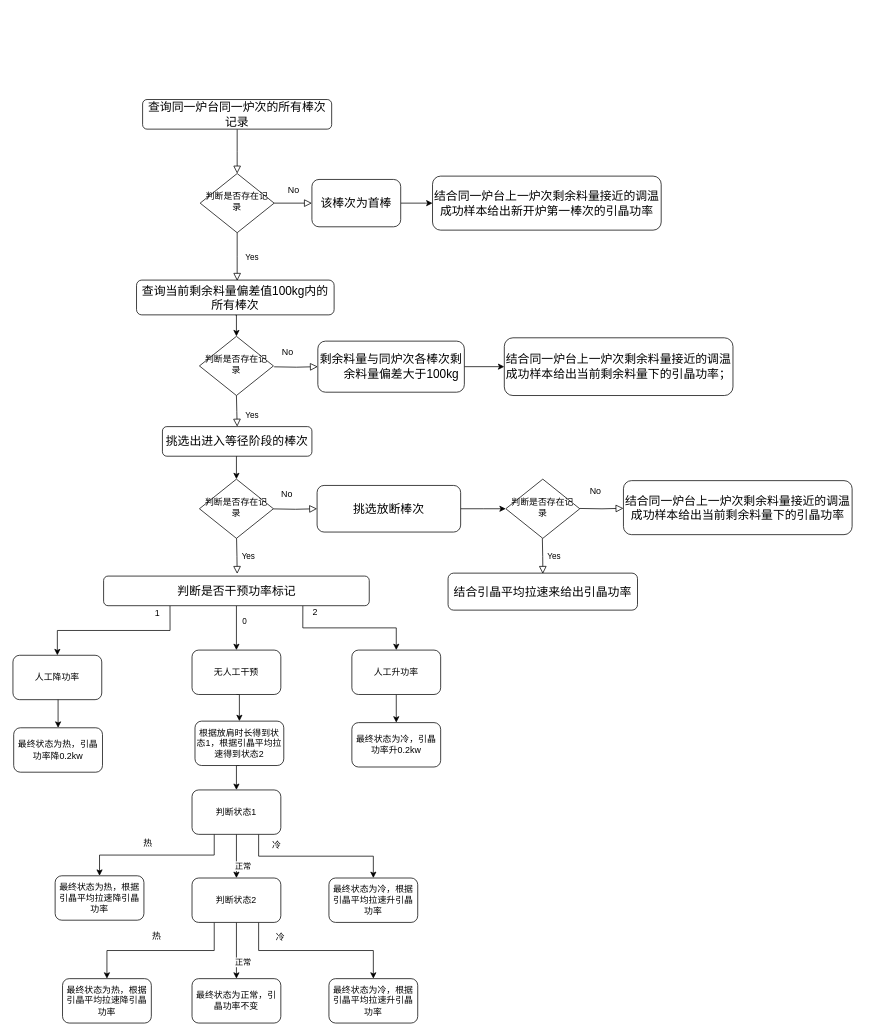
ykchasingwind/2019iFLYTEK_MachineryLife_Baseline keeps this draw.io diagram as 调温结合上一棒次引晶功率的业务规则流程图（更新）.drawio. Above is the earlier version. Source tidied: cells renumbered, new cells numbered last; positions are measured from the earlier drawing's top-left corner, leaving out a move shared by most shapes. Both pictures are drawn from the tidied source at 74%, with x=0, y=0 at pixel (13, 99).
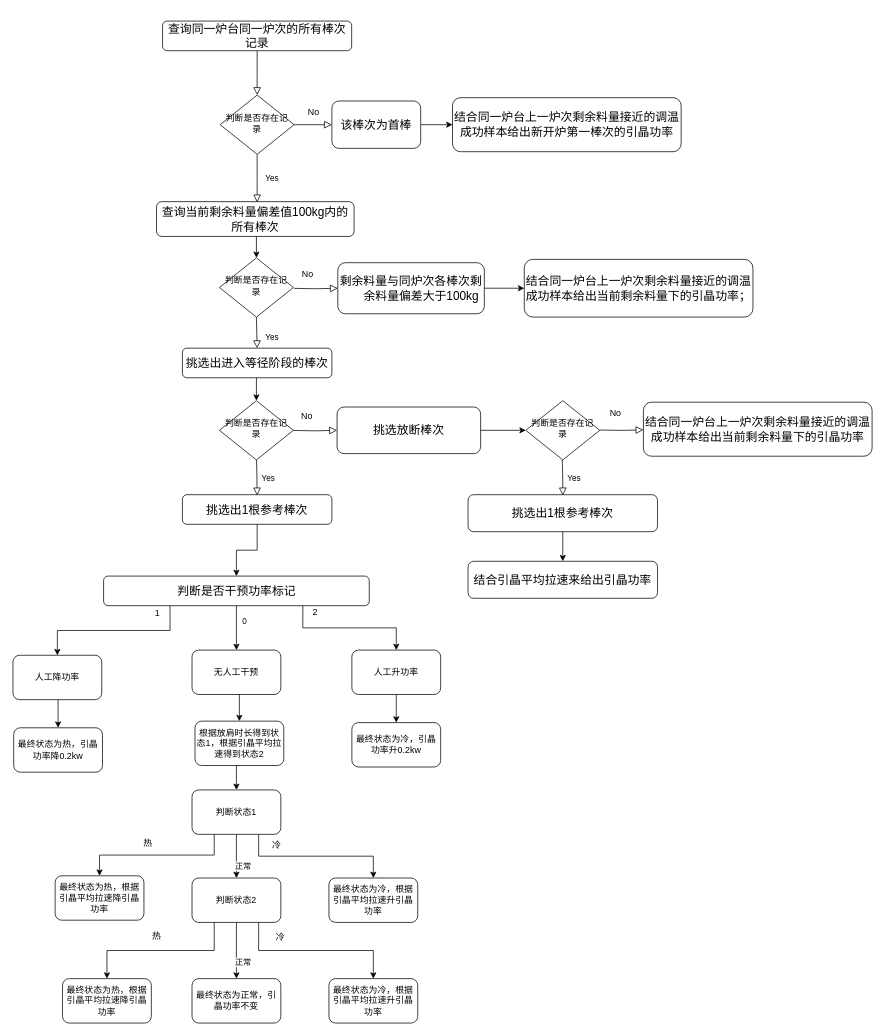
The same diagram, later.

Commit message (it also covers changes not shown here):
更新调温结合上一棒次引晶功率的业务规则流程图（更新）.drawio

The change refers to these unchanged cells:
```xml
<mxCell id="31" value="&lt;p class=&quot;MsoNormal&quot;&gt;&lt;span style=&quot;font-family: 宋体; font-size: 12pt;&quot;&gt;判断是否干预功率标记&lt;/span&gt;&lt;/p&gt;" style="rounded=1;whiteSpace=wrap;html=1;fontSize=12;glass=0;strokeWidth=1;shadow=0;" parent="1" vertex="1">
  <mxGeometry x="122.5" y="644" width="359" height="40" as="geometry" />
</mxCell>
```

Change to the diagram source:
```diff
@@
     <mxCell id="3" value="&lt;p class=&quot;MsoNormal&quot;&gt;&lt;span style=&quot;font-family: 宋体; font-size: 12pt;&quot;&gt;查询同一炉台同一炉次的所有棒次记录&lt;/span&gt;&lt;/p&gt;" style="rounded=1;whiteSpace=wrap;html=1;fontSize=12;glass=0;strokeWidth=1;shadow=0;" parent="1" vertex="1">
-      <mxGeometry x="175.2" width="255.5" height="40" as="geometry" />
+      <mxGeometry x="202.2" y="-106" width="255.5" height="40" as="geometry" />
     </mxCell>
     <mxCell id="4" value="Yes" style="rounded=0;html=1;jettySize=auto;fontSize=11;endArrow=block;endFill=0;endSize=8;strokeWidth=1;shadow=0;labelBackgroundColor=none;edgeStyle=orthogonalEdgeStyle;" parent="1" edge="1" source="5">
       <mxGeometry y="20" relative="1" as="geometry">
-        <mxPoint x="303" y="245" as="targetPoint" />
+        <mxPoint x="330" y="139" as="targetPoint" />
       </mxGeometry>
     </mxCell>
     <mxCell id="5" value="判断是否存在记录" style="rhombus;whiteSpace=wrap;html=1;shadow=0;fontFamily=Helvetica;fontSize=12;align=center;strokeWidth=1;spacing=6;spacingTop=-4;" parent="1" vertex="1">
-      <mxGeometry x="253" y="100" width="100" height="80" as="geometry" />
+      <mxGeometry x="280" y="-6" width="100" height="80" as="geometry" />
     </mxCell>
     <mxCell id="6" value="Yes" style="rounded=0;html=1;jettySize=auto;fontSize=11;endArrow=block;endFill=0;endSize=8;strokeWidth=1;shadow=0;labelBackgroundColor=none;edgeStyle=orthogonalEdgeStyle;" parent="1" edge="1" target="8">
       <mxGeometry x="0.33" y="20" relative="1" as="geometry">
-        <mxPoint x="302" y="400" as="sourcePoint" />
+        <mxPoint x="329" y="294" as="sourcePoint" />
       </mxGeometry>
     </mxCell>
@@
     <mxCell id="8" value="&lt;p class=&quot;MsoNormal&quot;&gt;&lt;span style=&quot;font-family: 宋体; font-size: 12pt;&quot;&gt;挑选出进入等径阶段的棒次&lt;/span&gt;&lt;/p&gt;" style="rounded=1;whiteSpace=wrap;html=1;fontSize=12;glass=0;strokeWidth=1;shadow=0;" parent="1" vertex="1">
-      <mxGeometry x="202" y="442" width="202" height="40" as="geometry" />
+      <mxGeometry x="229" y="336" width="202" height="40" as="geometry" />
     </mxCell>
@@
     <mxCell id="10" value="&lt;p style=&quot;&quot; class=&quot;MsoNormal&quot;&gt;&lt;span style=&quot;font-family: 宋体; font-size: 12pt;&quot;&gt;结合同一炉台上一炉次剩余料量接近的调温成功样本给出新开炉第一棒次的引晶功率&lt;/span&gt;&lt;span style=&quot;font-family: 宋体; font-size: 12pt;&quot;&gt;&lt;/span&gt;&lt;/p&gt;" style="rounded=1;whiteSpace=wrap;html=1;fontSize=12;glass=0;strokeWidth=1;shadow=0;" parent="1" vertex="1">
-      <mxGeometry x="567" y="103.5" width="309" height="73" as="geometry" />
+      <mxGeometry x="594" y="-2.5" width="309" height="73" as="geometry" />
     </mxCell>
@@
     <mxCell id="12" value="&lt;span style=&quot;font-family: 宋体; font-size: 16px;&quot;&gt;该棒次为首棒&lt;/span&gt;" style="rounded=1;whiteSpace=wrap;html=1;fontSize=12;glass=0;strokeWidth=1;shadow=0;" parent="1" vertex="1">
-      <mxGeometry x="404" y="108" width="120" height="64" as="geometry" />
+      <mxGeometry x="431" y="2" width="120" height="64" as="geometry" />
     </mxCell>
     <mxCell id="13" value="No" style="text;html=1;align=center;verticalAlign=middle;strokeColor=none;fillColor=none;" parent="1" vertex="1">
-      <mxGeometry x="362" y="110" width="33" height="26" as="geometry" />
+      <mxGeometry x="389" y="4" width="33" height="26" as="geometry" />
     </mxCell>
@@
     <mxCell id="15" value="&lt;span style=&quot;text-align: left; font-family: 宋体;&quot;&gt;&lt;font style=&quot;font-size: 16px;&quot; face=&quot;宋体&quot;&gt;查询当前剩余料量偏差值100kg内的所有棒次&lt;/font&gt;&lt;/span&gt;" style="rounded=1;whiteSpace=wrap;html=1;fontSize=12;glass=0;strokeWidth=1;shadow=0;" parent="1" vertex="1">
-      <mxGeometry x="167" y="244" width="267" height="47" as="geometry" />
+      <mxGeometry x="194" y="138" width="267" height="47" as="geometry" />
     </mxCell>
     <mxCell id="16" value="判断是否存在记录" style="rhombus;whiteSpace=wrap;html=1;shadow=0;fontFamily=Helvetica;fontSize=12;align=center;strokeWidth=1;spacing=6;spacingTop=-4;" parent="1" vertex="1">
-      <mxGeometry x="252" y="320" width="100" height="80" as="geometry" />
+      <mxGeometry x="279" y="214" width="100" height="80" as="geometry" />
     </mxCell>
     <mxCell id="17" style="edgeStyle=orthogonalEdgeStyle;rounded=0;html=1;jettySize=auto;fontSize=11;endArrow=block;endFill=0;endSize=8;strokeWidth=1;shadow=0;labelBackgroundColor=none;" parent="1" edge="1" target="19">
       <mxGeometry x="-0.46" y="-4" relative="1" as="geometry">
-        <mxPoint x="353" y="361.2" as="sourcePoint" />
+        <mxPoint x="380" y="255.2" as="sourcePoint" />
       </mxGeometry>
     </mxCell>
@@
     <mxCell id="19" value="&lt;p style=&quot;margin-left: 21pt; text-indent: -21pt;&quot; class=&quot;MsoNormal&quot;&gt;&lt;span style=&quot;font-family: 宋体; font-size: 12pt;&quot;&gt;&lt;font face=&quot;宋体&quot;&gt;剩余料量与同炉次各棒次剩余料量偏差大于100kg&lt;/font&gt;&lt;/span&gt;&lt;span style=&quot;font-family: 宋体; font-size: 12pt;&quot;&gt;&lt;/span&gt;&lt;/p&gt;" style="rounded=1;whiteSpace=wrap;html=1;fontSize=12;glass=0;strokeWidth=1;shadow=0;" parent="1" vertex="1">
-      <mxGeometry x="412" y="326.5" width="198" height="69" as="geometry" />
+      <mxGeometry x="439" y="220.5" width="198" height="69" as="geometry" />
     </mxCell>
     <mxCell id="20" value="&lt;p class=&quot;MsoNormal&quot;&gt;&lt;span style=&quot;font-family: 宋体; font-size: 12pt;&quot;&gt;结合同一炉台上一炉次剩余料量接近的调温成功样本给出当前剩余料量下的引晶功率；&lt;/span&gt;&lt;/p&gt;" style="rounded=1;whiteSpace=wrap;html=1;fontSize=12;glass=0;strokeWidth=1;shadow=0;" parent="1" vertex="1">
-      <mxGeometry x="664" y="322" width="309" height="78" as="geometry" />
+      <mxGeometry x="691" y="216" width="309" height="78" as="geometry" />
     </mxCell>
     <mxCell id="21" value="No" style="text;html=1;align=center;verticalAlign=middle;strokeColor=none;fillColor=none;" parent="1" vertex="1">
-      <mxGeometry x="354" y="329" width="33" height="26" as="geometry" />
+      <mxGeometry x="381" y="223" width="33" height="26" as="geometry" />
     </mxCell>
     <mxCell id="22" value="判断是否存在记录" style="rhombus;whiteSpace=wrap;html=1;shadow=0;fontFamily=Helvetica;fontSize=12;align=center;strokeWidth=1;spacing=6;spacingTop=-4;" parent="1" vertex="1">
-      <mxGeometry x="252" y="513" width="100" height="80" as="geometry" />
+      <mxGeometry x="279" y="407" width="100" height="80" as="geometry" />
     </mxCell>
     <mxCell id="23" style="edgeStyle=orthogonalEdgeStyle;rounded=0;html=1;jettySize=auto;fontSize=11;endArrow=block;endFill=0;endSize=8;strokeWidth=1;shadow=0;labelBackgroundColor=none;" parent="1" edge="1" target="25">
       <mxGeometry x="-0.46" y="-4" relative="1" as="geometry">
-        <mxPoint x="352" y="553.2" as="sourcePoint" />
+        <mxPoint x="379" y="447.2" as="sourcePoint" />
       </mxGeometry>
     </mxCell>
     <mxCell id="24" style="edgeStyle=orthogonalEdgeStyle;rounded=0;jettySize=auto;html=1;exitX=1;exitY=0.5;exitDx=0;exitDy=0;" parent="1" edge="1" source="25">
       <mxGeometry relative="1" as="geometry">
-        <mxPoint x="666" y="553" as="targetPoint" />
+        <mxPoint x="693" y="447" as="targetPoint" />
       </mxGeometry>
     </mxCell>
     <mxCell id="25" value="&lt;span style=&quot;font-family: 宋体; font-size: 16px;&quot;&gt;挑选放断棒次&lt;/span&gt;" style="rounded=1;whiteSpace=wrap;html=1;fontSize=12;glass=0;strokeWidth=1;shadow=0;" parent="1" vertex="1">
-      <mxGeometry x="411" y="521.5" width="194" height="63" as="geometry" />
+      <mxGeometry x="438" y="415.5" width="194" height="63" as="geometry" />
     </mxCell>
     <mxCell id="26" value="No" style="text;html=1;align=center;verticalAlign=middle;strokeColor=none;fillColor=none;" parent="1" vertex="1">
-      <mxGeometry x="353" y="521" width="33" height="26" as="geometry" />
+      <mxGeometry x="380" y="415" width="33" height="26" as="geometry" />
     </mxCell>
@@
     <mxCell id="32" value="Yes" style="rounded=0;html=1;jettySize=auto;orthogonalLoop=1;fontSize=11;endArrow=block;endFill=0;endSize=8;strokeWidth=1;shadow=0;labelBackgroundColor=none;edgeStyle=orthogonalEdgeStyle;" parent="1" edge="1">
       <mxGeometry x="0.03" y="15" relative="1" as="geometry">
-        <mxPoint x="302.2" y="593" as="sourcePoint" />
-        <mxPoint x="303" y="641" as="targetPoint" />
+        <mxPoint x="329.2" y="487" as="sourcePoint" />
+        <mxPoint x="330" y="535" as="targetPoint" />
         <mxPoint x="-1" as="offset" />
       </mxGeometry>
     </mxCell>
@@
+    <mxCell id="70" style="edgeStyle=orthogonalEdgeStyle;rounded=0;jettySize=auto;html=1;exitX=0.5;exitY=1;exitDx=0;exitDy=0;entryX=0.5;entryY=0;entryDx=0;entryDy=0;" parent="1" edge="1" source="64" target="73">
+      <mxGeometry relative="1" as="geometry" />
+    </mxCell>
-    <mxCell id="64" value="&lt;p style=&quot;mso-pagination:widow-orphan;text-align:left;&quot; class=&quot;MsoNormal&quot;&gt;&lt;span style=&quot;font-family: 宋体; font-size: 12pt;&quot;&gt;结合引晶平均拉速来给出&lt;/span&gt;&lt;span style=&quot;font-family: 宋体; font-size: 12pt;&quot;&gt;引晶功率&lt;/span&gt;&lt;span style=&quot;font-family: 宋体; font-size: 12pt;&quot;&gt;&lt;/span&gt;&lt;/p&gt;" style="rounded=1;whiteSpace=wrap;html=1;fontSize=12;glass=0;strokeWidth=1;shadow=0;" parent="1" vertex="1">
-      <mxGeometry x="588" y="640" width="256" height="50" as="geometry" />
+    <mxCell id="64" value="&lt;p style=&quot;mso-pagination:widow-orphan;text-align:left;&quot; class=&quot;MsoNormal&quot;&gt;&lt;span style=&quot;font-family: 宋体; font-size: 16px; text-align: center;&quot;&gt;挑选出1根参考棒次&lt;/span&gt;&lt;br&gt;&lt;/p&gt;" style="rounded=1;whiteSpace=wrap;html=1;fontSize=12;glass=0;strokeWidth=1;shadow=0;" parent="1" vertex="1">
+      <mxGeometry x="615" y="534" width="256" height="50" as="geometry" />
     </mxCell>
     <mxCell id="65" value="判断是否存在记录" style="rhombus;whiteSpace=wrap;html=1;shadow=0;fontFamily=Helvetica;fontSize=12;align=center;strokeWidth=1;spacing=6;spacingTop=-4;" parent="1" vertex="1">
-      <mxGeometry x="666" y="513" width="100" height="80" as="geometry" />
+      <mxGeometry x="693" y="407" width="100" height="80" as="geometry" />
     </mxCell>
     <mxCell id="66" style="edgeStyle=orthogonalEdgeStyle;rounded=0;html=1;jettySize=auto;orthogonalLoop=1;fontSize=11;endArrow=block;endFill=0;endSize=8;strokeWidth=1;shadow=0;labelBackgroundColor=none;" parent="1" edge="1">
       <mxGeometry x="-0.46" y="-4" relative="1" as="geometry">
-        <mxPoint x="766" y="552.6" as="sourcePoint" />
-        <mxPoint x="825" y="552.4" as="targetPoint" />
+        <mxPoint x="793" y="446.6" as="sourcePoint" />
+        <mxPoint x="852" y="446.4" as="targetPoint" />
       </mxGeometry>
     </mxCell>
     <mxCell id="67" value="Yes" style="rounded=0;html=1;jettySize=auto;orthogonalLoop=1;fontSize=11;endArrow=block;endFill=0;endSize=8;strokeWidth=1;shadow=0;labelBackgroundColor=none;edgeStyle=orthogonalEdgeStyle;" parent="1" edge="1">
       <mxGeometry x="0.03" y="15" relative="1" as="geometry">
-        <mxPoint x="715.4" y="593" as="sourcePoint" />
-        <mxPoint x="716.1" y="641" as="targetPoint" />
+        <mxPoint x="742.4" y="487" as="sourcePoint" />
+        <mxPoint x="743.1" y="535" as="targetPoint" />
         <mxPoint x="-1" as="offset" />
       </mxGeometry>
     </mxCell>
     <mxCell id="68" value="No" style="text;html=1;align=center;verticalAlign=middle;strokeColor=none;fillColor=none;" parent="1" vertex="1">
-      <mxGeometry x="770" y="517" width="33" height="26" as="geometry" />
+      <mxGeometry x="797" y="411" width="33" height="26" as="geometry" />
     </mxCell>
     <mxCell id="69" value="&lt;p style=&quot;&quot; class=&quot;MsoNormal&quot;&gt;&lt;span style=&quot;font-family: 宋体; font-size: 12pt;&quot;&gt;结合同一炉台上一炉次剩余料量接近的调温成功样本给出&lt;/span&gt;&lt;span style=&quot;font-family: 宋体; font-size: 16px;&quot;&gt;当前剩余料量下&lt;/span&gt;&lt;span style=&quot;font-family: 宋体; font-size: 12pt;&quot;&gt;的引晶功率&lt;/span&gt;&lt;span style=&quot;font-family: 宋体; font-size: 12pt;&quot;&gt;&lt;/span&gt;&lt;/p&gt;" style="rounded=1;whiteSpace=wrap;html=1;fontSize=12;glass=0;strokeWidth=1;shadow=0;" parent="1" vertex="1">
-      <mxGeometry x="825" y="515" width="309" height="73" as="geometry" />
+      <mxGeometry x="852" y="409" width="309" height="73" as="geometry" />
     </mxCell>
+    <mxCell id="71" style="edgeStyle=orthogonalEdgeStyle;rounded=0;jettySize=auto;html=1;exitX=0.5;exitY=1;exitDx=0;exitDy=0;entryX=0.5;entryY=0;entryDx=0;entryDy=0;" parent="1" edge="1" source="72" target="31">
+      <mxGeometry relative="1" as="geometry" />
+    </mxCell>
+    <mxCell id="72" value="&lt;p class=&quot;MsoNormal&quot;&gt;&lt;span style=&quot;font-family: 宋体; font-size: 12pt;&quot;&gt;挑选出1根参考棒次&lt;/span&gt;&lt;/p&gt;" style="rounded=1;whiteSpace=wrap;html=1;fontSize=12;glass=0;strokeWidth=1;shadow=0;" parent="1" vertex="1">
+      <mxGeometry x="229" y="534" width="202" height="40" as="geometry" />
+    </mxCell>
+    <mxCell id="73" value="&lt;p style=&quot;mso-pagination:widow-orphan;text-align:left;&quot; class=&quot;MsoNormal&quot;&gt;&lt;span style=&quot;font-family: 宋体; font-size: 12pt;&quot;&gt;结合引晶平均拉速来给出&lt;/span&gt;&lt;span style=&quot;font-family: 宋体; font-size: 12pt;&quot;&gt;引晶功率&lt;/span&gt;&lt;span style=&quot;font-family: 宋体; font-size: 12pt;&quot;&gt;&lt;/span&gt;&lt;/p&gt;" style="rounded=1;whiteSpace=wrap;html=1;fontSize=12;glass=0;strokeWidth=1;shadow=0;" parent="1" vertex="1">
+      <mxGeometry x="615" y="624" width="256" height="50" as="geometry" />
+    </mxCell>
```
